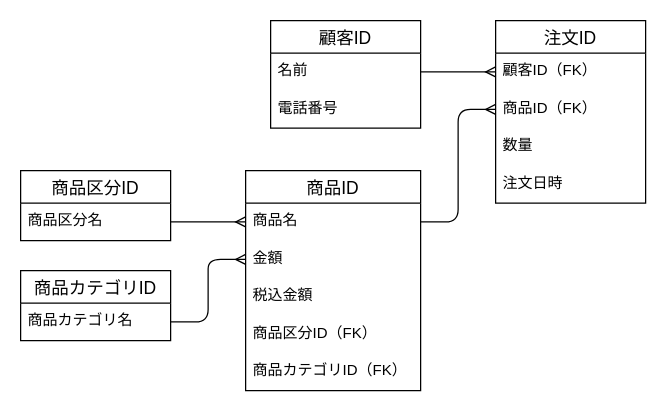
muraken-ken/references keeps this draw.io diagram as DataBase/ERD/order.dio. Above is the earlier version. Source tidied: cells renumbered, new cells numbered last; positions are measured from the earlier drawing's top-left corner, leaving out a move shared by most shapes. Both pictures are drawn from the tidied source at 125%, with x=0, y=0 at pixel (20, 20).
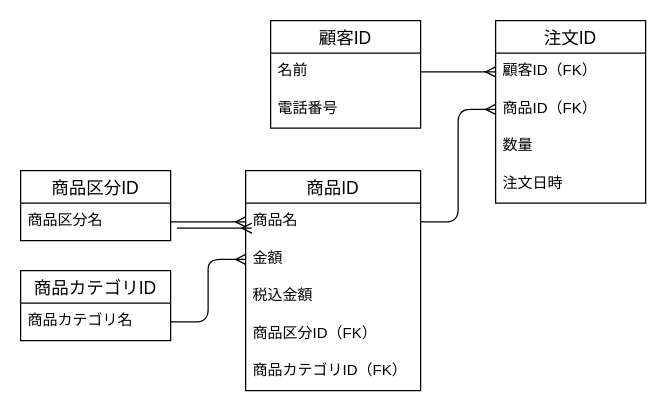
After the change.

Diff of the diagram source:
```diff
@@
+    <mxCell id="24" style="edgeStyle=entityRelationEdgeStyle;fontSize=12;html=1;endArrow=ERmany;entryX=0;entryY=0.5;entryDx=0;entryDy=0;" parent="1" edge="1">
+      <mxGeometry relative="1" as="geometry">
+        <mxPoint x="125" y="166" as="sourcePoint" />
+        <mxPoint x="185" y="166" as="targetPoint" />
+      </mxGeometry>
+    </mxCell>
```
